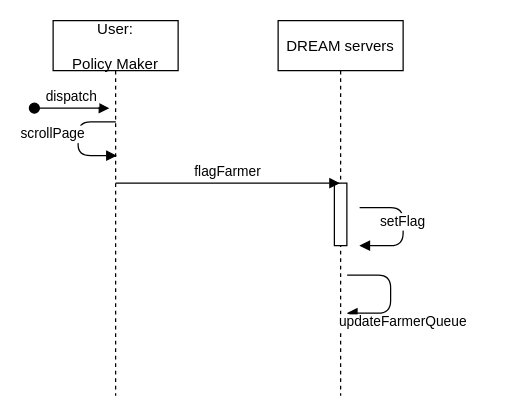
Earlier version of the draw.io diagram page "SetFlag" (2 of 3) of RasdDoc/Files/sequence_disgrams/policyMakerSequenceDia.drawio (gabrielemarra/DREAM-ProjectDesign). Source tidied: cells renumbered, new cells numbered last; positions are measured from the earlier drawing's top-left corner, leaving out a move shared by most shapes. Both pictures are drawn from the tidied source at 125%, with x=0, y=0 at pixel (34, 20).
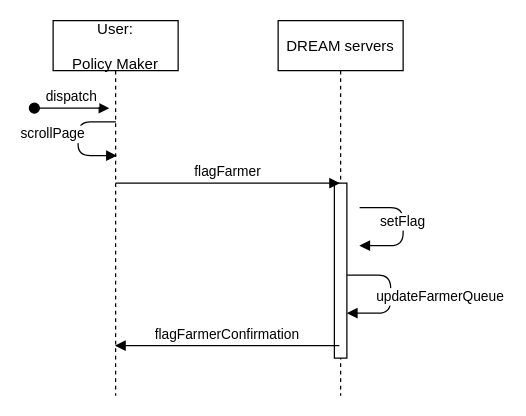
Above is the later version.

The change refers to these unchanged cells:
```xml
<mxCell id="5" value="DREAM servers" style="shape=umlLifeline;perimeter=lifelinePerimeter;rounded=0;shadow=0;strokeWidth=1;" parent="1" vertex="1">
  <mxGeometry x="195" width="100" height="300" as="geometry" />
</mxCell>
```

Change to the diagram source:
```diff
@@
     <mxCell id="6" style="perimeter=orthogonalPerimeter;rounded=0;shadow=0;strokeWidth=1;" parent="5" vertex="1">
-      <mxGeometry x="45" y="130" width="10" height="50" as="geometry" />
+      <mxGeometry x="45" y="130" width="10" height="140" as="geometry" />
     </mxCell>
     <mxCell id="7" value="updateFarmerQueue" style="verticalAlign=bottom;endArrow=block;shadow=0;strokeWidth=1;endFill=1;edgeStyle=orthogonalEdgeStyle;exitX=1.017;exitY=0.192;exitDx=0;exitDy=0;exitPerimeter=0;" parent="5" edge="1">
-      <mxGeometry x="0.3" y="19" relative="1" as="geometry">
+      <mxGeometry x="0.22" y="40" relative="1" as="geometry">
         <mxPoint x="55.2" y="203.6" as="sourcePoint" />
         <mxPoint x="55" y="234" as="targetPoint" />
         <Array as="points">
           <mxPoint x="90" y="204" />
           <mxPoint x="90" y="234" />
         </Array>
-        <mxPoint x="10" y="-3" as="offset" />
       </mxGeometry>
     </mxCell>
+    <mxCell id="10" value="flagFarmerConfirmation" style="verticalAlign=bottom;endArrow=none;exitX=1;exitY=0.95;shadow=0;strokeWidth=1;endFill=0;startArrow=block;startFill=1;" parent="5" edge="1">
+      <mxGeometry relative="1" as="geometry">
+        <mxPoint x="-130.5" y="260" as="sourcePoint" />
+        <mxPoint x="49" y="260" as="targetPoint" />
+      </mxGeometry>
+    </mxCell>
```
